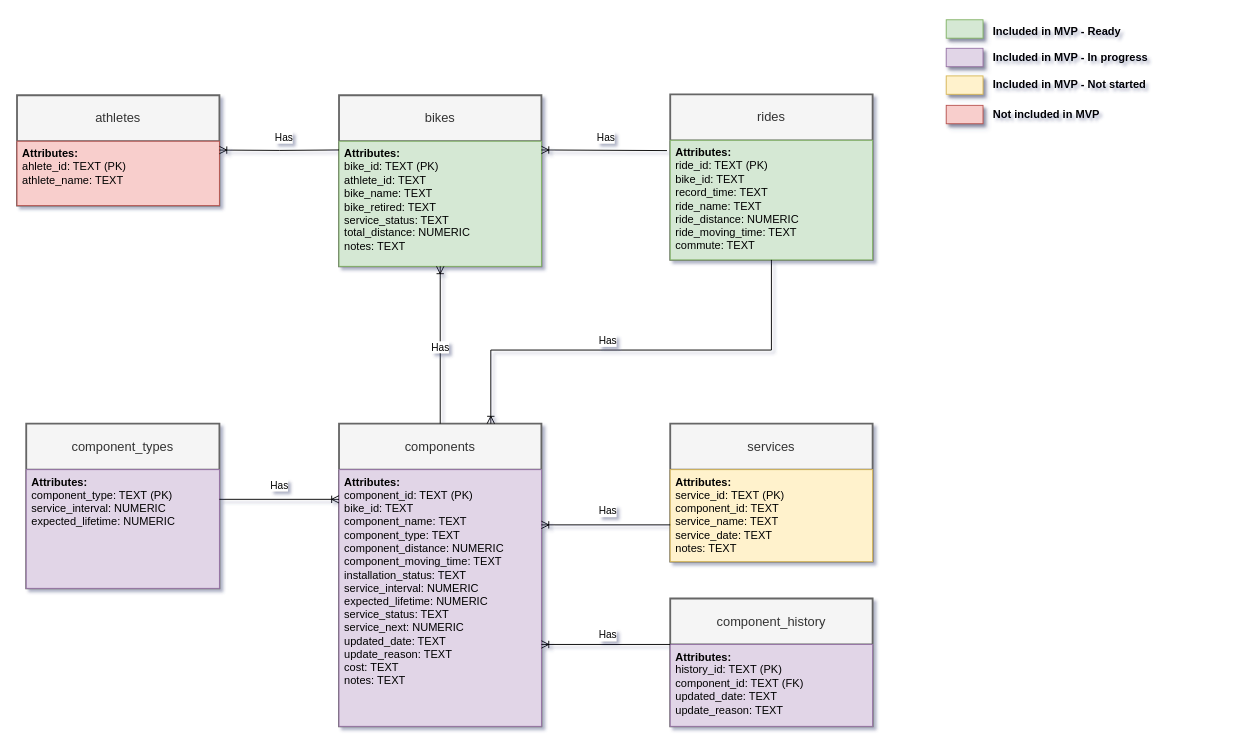
This is page "Database structure" (4 of 6) of docs/all_diagrams.drawio from xivind/velo-supervisor-2000, a draw.io file, before an edit. Source tidied: cells renumbered, new cells numbered last; positions are measured from the earlier drawing's top-left corner, leaving out a move shared by most shapes. Both pictures are drawn from the tidied source at 92%, with x=0, y=0 at pixel (17, 17).
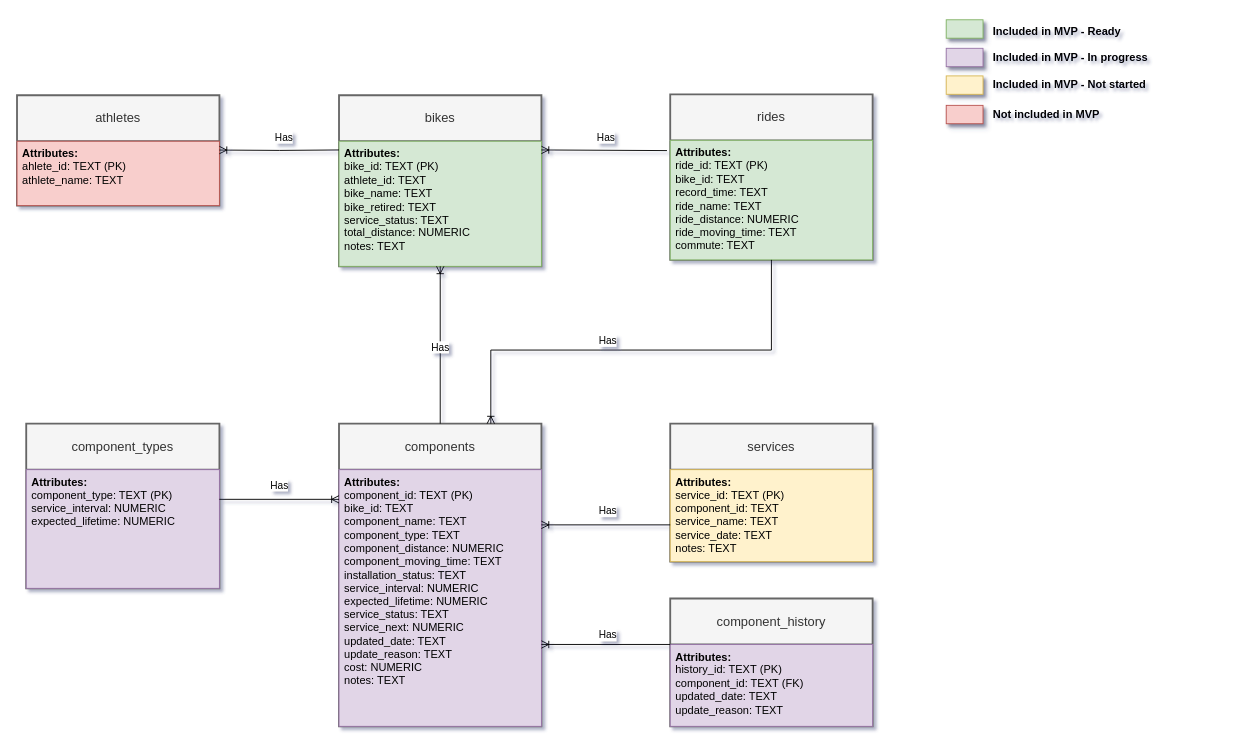
Above is the later version.

The change refers to these unchanged cells:
```xml
<mxCell id="8" value="components" style="swimlane;horizontal=1;startSize=50;rounded=0;fontSize=14;fontStyle=0;strokeWidth=2;shadow=0;dashed=0;align=center;arcSize=0;whiteSpace=wrap;html=1;fillColor=#f5f5f5;strokeColor=#666666;fontColor=#333333;" parent="1" vertex="1">
  <mxGeometry x="350" y="441" width="220" height="329" as="geometry" />
</mxCell>
```

Diff of the diagram source:
```diff
@@
-    <mxCell id="9" value="&lt;div&gt;&lt;span style=&quot;background-color: initial;&quot;&gt;&lt;b&gt;Attributes:&lt;/b&gt;&lt;/span&gt;&lt;/div&gt;&lt;div&gt;&lt;span style=&quot;background-color: initial;&quot;&gt;component_id&lt;/span&gt;&lt;span style=&quot;background-color: initial;&quot;&gt;: TEXT&lt;/span&gt;&lt;span style=&quot;background-color: initial;&quot;&gt;&amp;nbsp;(PK)&lt;/span&gt;&lt;/div&gt;&lt;div&gt;bike_id&lt;span style=&quot;background-color: initial;&quot;&gt;: TEXT&lt;/span&gt;&lt;/div&gt;component_name: TEXT&lt;div&gt;component_type&lt;span style=&quot;background-color: initial;&quot;&gt;: TEXT&lt;/span&gt;&lt;/div&gt;&lt;div&gt;component_distance&lt;span style=&quot;background-color: initial;&quot;&gt;: NUMERIC&lt;/span&gt;&lt;br&gt;&lt;/div&gt;&lt;div&gt;component_moving_time&lt;span style=&quot;background-color: initial;&quot;&gt;: TEXT&lt;/span&gt;&lt;br&gt;&lt;/div&gt;&lt;div&gt;installation_status&lt;span style=&quot;background-color: initial;&quot;&gt;: TEXT&lt;/span&gt;&lt;/div&gt;&lt;div&gt;service_interval&lt;span style=&quot;background-color: initial;&quot;&gt;: NUMERIC&lt;/span&gt;&lt;/div&gt;&lt;div&gt;expected_lifetime&lt;span style=&quot;background-color: initial;&quot;&gt;: NUMERIC&lt;/span&gt;&lt;/div&gt;&lt;div&gt;service_status&lt;span style=&quot;background-color: initial;&quot;&gt;: TEXT&lt;/span&gt;&lt;/div&gt;&lt;div&gt;service_next&lt;span style=&quot;background-color: initial;&quot;&gt;: NUMERIC&lt;/span&gt;&lt;/div&gt;&lt;div&gt;&lt;span style=&quot;background-color: initial;&quot;&gt;updated_d&lt;/span&gt;&lt;span style=&quot;background-color: initial;&quot;&gt;ate&lt;/span&gt;&lt;span style=&quot;background-color: initial;&quot;&gt;: TEXT&lt;/span&gt;&lt;br&gt;&lt;/div&gt;&lt;div&gt;update_reason&lt;span style=&quot;background-color: initial;&quot;&gt;: TEXT&lt;/span&gt;&lt;/div&gt;&lt;div&gt;cost&lt;span style=&quot;background-color: initial;&quot;&gt;: TEXT&lt;/span&gt;&lt;/div&gt;&lt;div&gt;notes&lt;span style=&quot;background-color: initial;&quot;&gt;: TEXT&lt;/span&gt;&lt;/div&gt;" style="align=left;spacingLeft=4;fontSize=12;verticalAlign=top;html=1;rounded=0;fillColor=#e1d5e7;strokeColor=#9673a6;" parent="8" vertex="1">
+    <mxCell id="9" value="&lt;div&gt;&lt;span style=&quot;background-color: initial;&quot;&gt;&lt;b&gt;Attributes:&lt;/b&gt;&lt;/span&gt;&lt;/div&gt;&lt;div&gt;&lt;span style=&quot;background-color: initial;&quot;&gt;component_id&lt;/span&gt;&lt;span style=&quot;background-color: initial;&quot;&gt;: TEXT&lt;/span&gt;&lt;span style=&quot;background-color: initial;&quot;&gt;&amp;nbsp;(PK)&lt;/span&gt;&lt;/div&gt;&lt;div&gt;bike_id&lt;span style=&quot;background-color: initial;&quot;&gt;: TEXT&lt;/span&gt;&lt;/div&gt;component_name: TEXT&lt;div&gt;component_type&lt;span style=&quot;background-color: initial;&quot;&gt;: TEXT&lt;/span&gt;&lt;/div&gt;&lt;div&gt;component_distance&lt;span style=&quot;background-color: initial;&quot;&gt;: NUMERIC&lt;/span&gt;&lt;br&gt;&lt;/div&gt;&lt;div&gt;component_moving_time&lt;span style=&quot;background-color: initial;&quot;&gt;: TEXT&lt;/span&gt;&lt;br&gt;&lt;/div&gt;&lt;div&gt;installation_status&lt;span style=&quot;background-color: initial;&quot;&gt;: TEXT&lt;/span&gt;&lt;/div&gt;&lt;div&gt;service_interval&lt;span style=&quot;background-color: initial;&quot;&gt;: NUMERIC&lt;/span&gt;&lt;/div&gt;&lt;div&gt;expected_lifetime&lt;span style=&quot;background-color: initial;&quot;&gt;: NUMERIC&lt;/span&gt;&lt;/div&gt;&lt;div&gt;service_status&lt;span style=&quot;background-color: initial;&quot;&gt;: TEXT&lt;/span&gt;&lt;/div&gt;&lt;div&gt;service_next&lt;span style=&quot;background-color: initial;&quot;&gt;: NUMERIC&lt;/span&gt;&lt;/div&gt;&lt;div&gt;&lt;span style=&quot;background-color: initial;&quot;&gt;updated_d&lt;/span&gt;&lt;span style=&quot;background-color: initial;&quot;&gt;ate&lt;/span&gt;&lt;span style=&quot;background-color: initial;&quot;&gt;: TEXT&lt;/span&gt;&lt;br&gt;&lt;/div&gt;&lt;div&gt;update_reason&lt;span style=&quot;background-color: initial;&quot;&gt;: TEXT&lt;/span&gt;&lt;/div&gt;&lt;div&gt;cost&lt;span style=&quot;background-color: initial;&quot;&gt;: NUMERIC&lt;/span&gt;&lt;/div&gt;&lt;div&gt;notes&lt;span style=&quot;background-color: initial;&quot;&gt;: TEXT&lt;/span&gt;&lt;/div&gt;" style="align=left;spacingLeft=4;fontSize=12;verticalAlign=top;html=1;rounded=0;fillColor=#e1d5e7;strokeColor=#9673a6;" parent="8" vertex="1">
       <mxGeometry y="50" width="220" height="279" as="geometry" />
     </mxCell>
```
